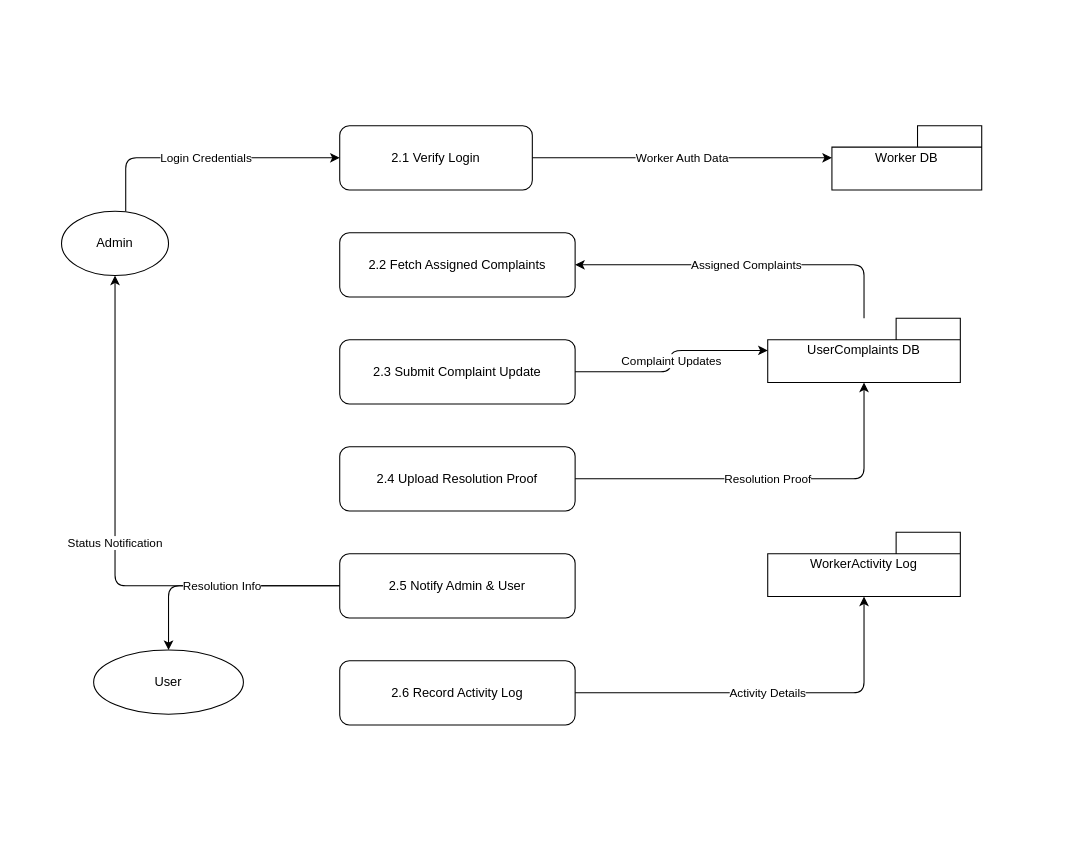
This is UML diagrams/workerDFD.drawio from shitkarjidnesh/FixMyCity, a draw.io file, before an edit. Source tidied: cells renumbered, new cells numbered last; positions are measured from the earlier drawing's top-left corner, leaving out a move shared by most shapes. Both pictures are drawn from the tidied source at 107%, with x=0, y=0 at pixel (61, 125).
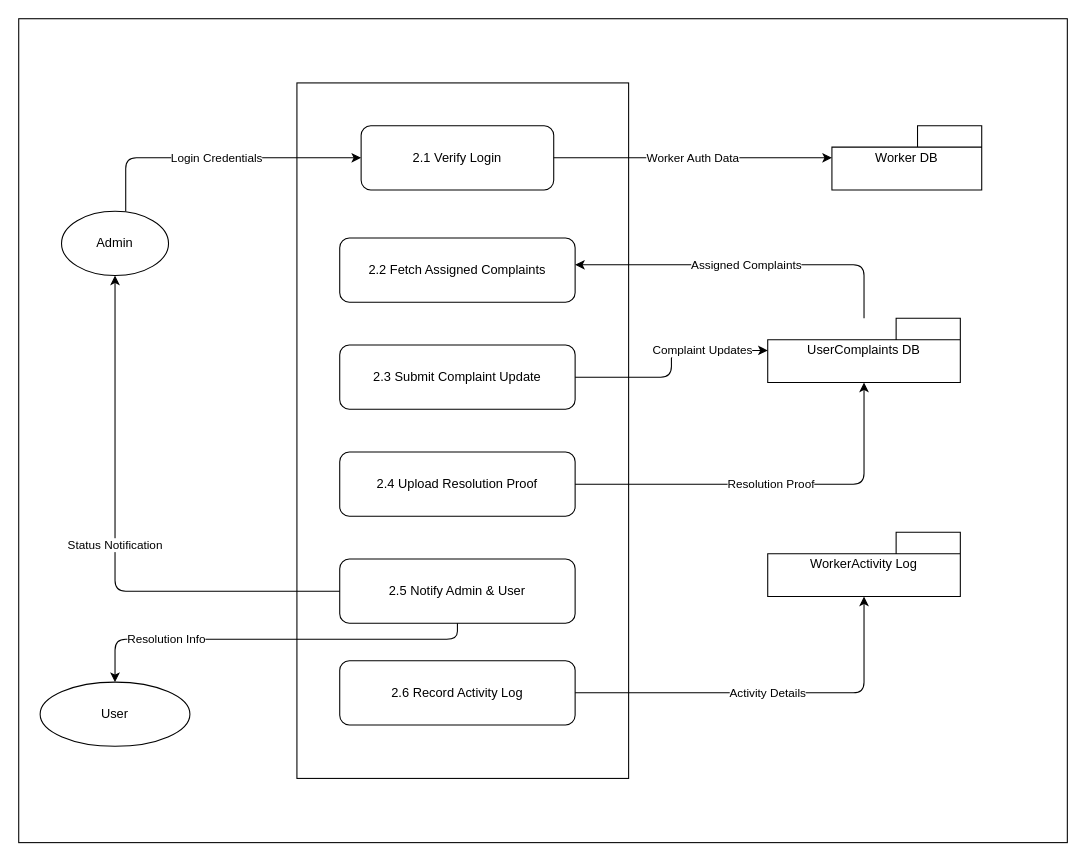
The same diagram, later.

Unchanged cells that the change refers to:
```xml
<mxCell id="11" value="UserComplaints DB" style="shape=folder;whiteSpace=wrap;html=1;" parent="1" vertex="1">
  <mxGeometry x="660" y="180" width="180" height="60" as="geometry" />
</mxCell>
```

Diff of the diagram source:
```diff
@@
+    <mxCell id="21" style="rounded=0;whiteSpace=wrap;html=1;" parent="1" vertex="1">
+      <mxGeometry x="-40" y="-100" width="980" height="770" as="geometry" />
+    </mxCell>
+    <mxCell id="22" style="rounded=0;whiteSpace=wrap;html=1;" parent="1" vertex="1">
+      <mxGeometry x="220" y="-40" width="310" height="650" as="geometry" />
+    </mxCell>
@@
     <mxCell id="3" value="User" style="shape=ellipse;whiteSpace=wrap;html=1;" parent="1" vertex="1">
-      <mxGeometry x="30" y="490" width="140" height="60" as="geometry" />
+      <mxGeometry x="-20" y="520" width="140" height="60" as="geometry" />
     </mxCell>
     <mxCell id="4" value="2.1 Verify Login" style="shape=rectangle;rounded=1;whiteSpace=wrap;html=1;" parent="1" vertex="1">
-      <mxGeometry x="260" width="180" height="60" as="geometry" />
+      <mxGeometry x="280" width="180" height="60" as="geometry" />
     </mxCell>
     <mxCell id="5" value="2.2 Fetch Assigned Complaints" style="shape=rectangle;rounded=1;whiteSpace=wrap;html=1;" parent="1" vertex="1">
-      <mxGeometry x="260" y="100" width="220" height="60" as="geometry" />
+      <mxGeometry x="260" y="105" width="220" height="60" as="geometry" />
     </mxCell>
     <mxCell id="6" value="2.3 Submit Complaint Update" style="shape=rectangle;rounded=1;whiteSpace=wrap;html=1;" parent="1" vertex="1">
-      <mxGeometry x="260" y="200" width="220" height="60" as="geometry" />
+      <mxGeometry x="260" y="205" width="220" height="60" as="geometry" />
     </mxCell>
     <mxCell id="7" value="2.4 Upload Resolution Proof" style="shape=rectangle;rounded=1;whiteSpace=wrap;html=1;" parent="1" vertex="1">
-      <mxGeometry x="260" y="300" width="220" height="60" as="geometry" />
+      <mxGeometry x="260" y="305" width="220" height="60" as="geometry" />
     </mxCell>
     <mxCell id="8" value="2.5 Notify Admin &amp; User" style="shape=rectangle;rounded=1;whiteSpace=wrap;html=1;" parent="1" vertex="1">
-      <mxGeometry x="260" y="400" width="220" height="60" as="geometry" />
+      <mxGeometry x="260" y="405" width="220" height="60" as="geometry" />
     </mxCell>
@@
     <mxCell id="16" value="Complaint Updates" style="edgeStyle=orthogonalEdgeStyle;rounded=1;endArrow=classic;html=1;" parent="1" edge="1" source="6" target="11">
-      <mxGeometry relative="1" as="geometry" />
+      <mxGeometry x="0.4" relative="1" as="geometry" />
     </mxCell>
@@
-    <mxCell id="19" value="Resolution Info" style="edgeStyle=orthogonalEdgeStyle;rounded=1;endArrow=classic;html=1;" parent="1" edge="1" source="8" target="3">
-      <mxGeometry relative="1" as="geometry" />
+    <mxCell id="19" value="Resolution Info" style="edgeStyle=orthogonalEdgeStyle;rounded=1;endArrow=classic;html=1;entryX=0.5;entryY=0;entryDx=0;entryDy=0;" parent="1" edge="1" source="8" target="3">
+      <mxGeometry x="0.53" relative="1" as="geometry">
+        <Array as="points">
+          <mxPoint x="370" y="480" />
+          <mxPoint x="50" y="480" />
+        </Array>
+      </mxGeometry>
     </mxCell>
```
